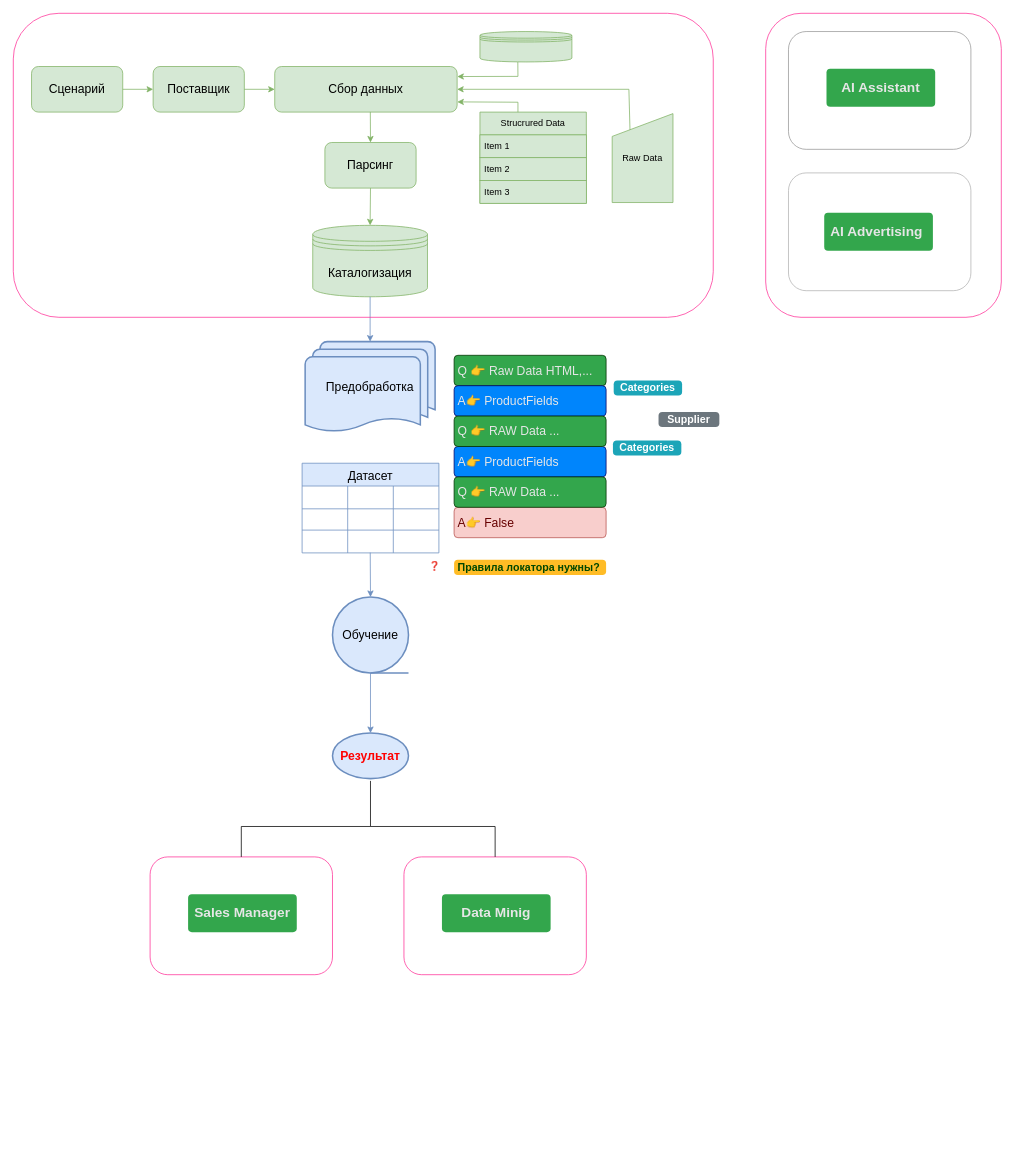
hypo69/hypotez keeps this draw.io diagram as page "התויית דרך" (1 of 4) of assets/draw.io/תקשורת-שרת-משתמש.drawio. Above is the earlier version. Source tidied: cells renumbered, new cells numbered last; positions are measured from the earlier drawing's top-left corner, leaving out a move shared by most shapes. Both pictures are drawn from the tidied source at 76%, with x=0, y=0 at pixel (13, 13).
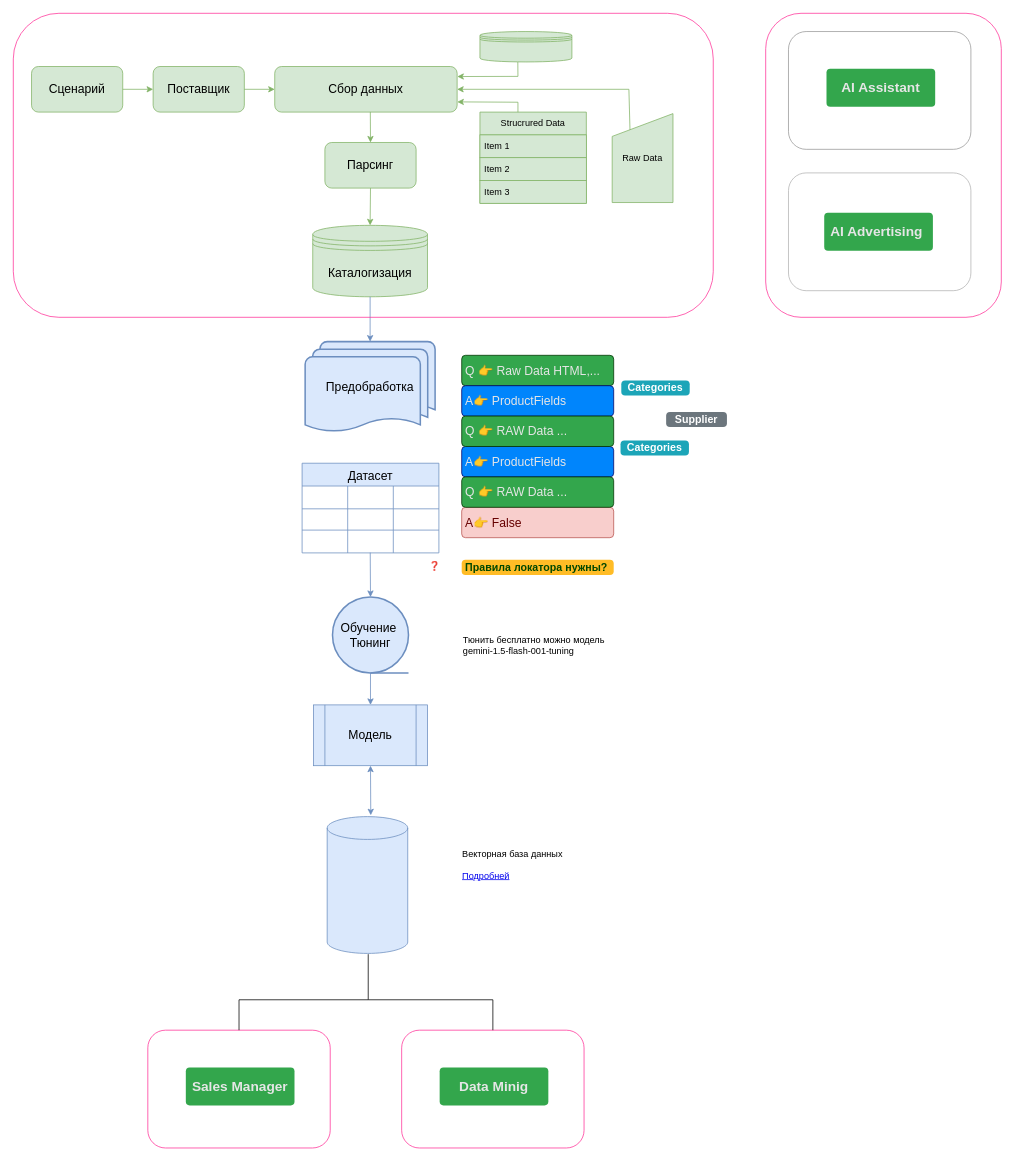
The same diagram, later.

Diff of the diagram source:
```diff
@@
+    <mxCell id="64" style="shape=cylinder3;whiteSpace=wrap;html=1;boundedLbl=1;backgroundOutline=1;size=15;fillColor=#dae8fc;strokeColor=#6c8ebf;" parent="1" vertex="1">
+      <mxGeometry x="413" y="1057" width="106" height="180" as="geometry" />
+    </mxCell>
+    <mxCell id="52" style="rounded=1;whiteSpace=wrap;html=1;fillColor=none;strokeColor=#FF3399;" parent="1" vertex="1">
+      <mxGeometry x="177" y="1338" width="240" height="155" as="geometry" />
+    </mxCell>
+    <mxCell id="53" value="&lt;font color=&quot;#e6e6e6&quot; style=&quot;font-size: 18px;&quot;&gt;Sales Manager&lt;/font&gt;" style="html=1;shadow=0;dashed=0;shape=mxgraph.bootstrap.rrect;rSize=5;strokeColor=none;strokeWidth=1;fillColor=#33A64C;fontColor=#FFFFFF;whiteSpace=wrap;align=center;verticalAlign=middle;spacingLeft=0;fontStyle=1;fontSize=14;spacing=5;" parent="1" vertex="1">
+      <mxGeometry x="227" y="1387" width="143" height="50" as="geometry" />
+    </mxCell>
+    <mxCell id="58" style="rounded=1;whiteSpace=wrap;html=1;fillColor=none;strokeColor=#FF3399;" parent="1" vertex="1">
+      <mxGeometry x="511" y="1338" width="240" height="155" as="geometry" />
+    </mxCell>
+    <mxCell id="59" value="&lt;font color=&quot;#e6e6e6&quot; style=&quot;font-size: 18px;&quot;&gt;Data Minig&lt;/font&gt;" style="html=1;shadow=0;dashed=0;shape=mxgraph.bootstrap.rrect;rSize=5;strokeColor=none;strokeWidth=1;fillColor=#33A64C;fontColor=#FFFFFF;whiteSpace=wrap;align=center;verticalAlign=middle;spacingLeft=0;fontStyle=1;fontSize=14;spacing=5;" parent="1" vertex="1">
+      <mxGeometry x="561" y="1387" width="143" height="50" as="geometry" />
+    </mxCell>
+    <mxCell id="60" style="endArrow=none;html=1;rounded=0;exitX=0.5;exitY=0;exitDx=0;exitDy=0;entryX=0.5;entryY=0;entryDx=0;entryDy=0;" parent="1" edge="1" source="58" target="52">
+      <mxGeometry relative="1" as="geometry">
+        <Array as="points">
+          <mxPoint x="631" y="1298" />
+          <mxPoint x="467" y="1298" />
+          <mxPoint x="297" y="1298" />
+        </Array>
+      </mxGeometry>
+    </mxCell>
+    <mxCell id="61" style="endArrow=none;html=1;rounded=0;" parent="1" edge="1">
+      <mxGeometry relative="1" as="geometry">
+        <mxPoint x="467" y="1238" as="sourcePoint" />
+        <mxPoint x="467" y="1298" as="targetPoint" />
+      </mxGeometry>
+    </mxCell>
@@
-    <mxCell id="19" value="&lt;font style=&quot;font-size: 16px;&quot;&gt;Обучение&lt;/font&gt;" style="strokeWidth=2;html=1;shape=mxgraph.flowchart.sequential_data;whiteSpace=wrap;fillColor=#dae8fc;strokeColor=#6c8ebf;" parent="1" vertex="1">
+    <mxCell id="19" value="&lt;font style=&quot;font-size: 16px;&quot;&gt;Обучение&amp;nbsp;&lt;br&gt;Тюнинг&lt;br&gt;&lt;/font&gt;" style="strokeWidth=2;html=1;shape=mxgraph.flowchart.sequential_data;whiteSpace=wrap;fillColor=#dae8fc;strokeColor=#6c8ebf;" parent="1" vertex="1">
       <mxGeometry x="420" y="768" width="100" height="100" as="geometry" />
     </mxCell>
-    <mxCell id="20" value="&lt;font color=&quot;#ff0000&quot; style=&quot;font-size: 16px;&quot;&gt;&lt;b&gt;Результат&lt;/b&gt;&lt;/font&gt;" style="strokeWidth=2;html=1;shape=mxgraph.flowchart.start_1;whiteSpace=wrap;labelBackgroundColor=none;fillColor=#dae8fc;strokeColor=#6c8ebf;" parent="1" vertex="1">
-      <mxGeometry x="420" y="947" width="100" height="60" as="geometry" />
-    </mxCell>
@@
-    <mxCell id="25" style="endArrow=classic;html=1;rounded=0;exitX=0.5;exitY=1;exitDx=0;exitDy=0;exitPerimeter=0;entryX=0.5;entryY=0;entryDx=0;entryDy=0;entryPerimeter=0;fillColor=#dae8fc;strokeColor=#6c8ebf;" parent="1" edge="1" source="19" target="20">
-      <mxGeometry relative="1" as="geometry" />
+    <mxCell id="25" style="endArrow=classic;html=1;rounded=0;exitX=0.5;exitY=1;exitDx=0;exitDy=0;exitPerimeter=0;fillColor=#dae8fc;strokeColor=#6c8ebf;" parent="1" edge="1" source="19">
+      <mxGeometry relative="1" as="geometry">
+        <mxPoint x="470" y="910" as="targetPoint" />
+      </mxGeometry>
     </mxCell>
     <mxCell id="26" style="group;" parent="1" vertex="1">
-      <mxGeometry x="580" y="450" width="200" height="160" as="geometry" />
+      <mxGeometry x="590" y="450" width="200" height="160" as="geometry" />
     </mxCell>
@@
     <mxCell id="45" value="&lt;font color=&quot;#004700&quot;&gt;Правила локатора нужны?&lt;/font&gt;" style="html=1;shadow=0;dashed=0;shape=mxgraph.bootstrap.rrect;rSize=5;strokeColor=none;strokeWidth=1;fillColor=#FFBC26;fontColor=#000000;whiteSpace=wrap;align=left;verticalAlign=middle;spacingLeft=0;fontStyle=1;fontSize=14;spacing=5;" parent="1" vertex="1">
-      <mxGeometry x="580" y="719" width="200" height="20" as="geometry" />
+      <mxGeometry x="590" y="719" width="200" height="20" as="geometry" />
     </mxCell>
     <mxCell id="46" value="Categories" style="html=1;shadow=0;dashed=0;shape=mxgraph.bootstrap.rrect;rSize=5;strokeColor=none;strokeWidth=1;fillColor=#1CA5B8;fontColor=#FFFFFF;whiteSpace=wrap;align=center;verticalAlign=middle;spacingLeft=0;fontStyle=1;fontSize=14;spacing=5;" parent="1" vertex="1">
-      <mxGeometry x="790" y="483" width="90" height="20" as="geometry" />
+      <mxGeometry x="800" y="483" width="90" height="20" as="geometry" />
     </mxCell>
     <mxCell id="47" value="Categories" style="html=1;shadow=0;dashed=0;shape=mxgraph.bootstrap.rrect;rSize=5;strokeColor=none;strokeWidth=1;fillColor=#1CA5B8;fontColor=#FFFFFF;whiteSpace=wrap;align=center;verticalAlign=middle;spacingLeft=0;fontStyle=1;fontSize=14;spacing=5;" parent="1" vertex="1">
-      <mxGeometry x="789" y="562" width="90" height="20" as="geometry" />
+      <mxGeometry x="799" y="562" width="90" height="20" as="geometry" />
     </mxCell>
     <mxCell id="48" value="Supplier" style="html=1;shadow=0;dashed=0;shape=mxgraph.bootstrap.rrect;rSize=5;strokeColor=none;strokeWidth=1;fillColor=#6C767D;fontColor=#FFFFFF;whiteSpace=wrap;align=center;verticalAlign=middle;spacingLeft=0;fontStyle=1;fontSize=14;spacing=5;" parent="1" vertex="1">
-      <mxGeometry x="849" y="524.5" width="80" height="20" as="geometry" />
+      <mxGeometry x="859" y="524.5" width="80" height="20" as="geometry" />
     </mxCell>
     <mxCell id="49" value="&lt;font color=&quot;#660000&quot;&gt;A👉 False&lt;/font&gt;" style="html=1;shadow=0;dashed=0;shape=mxgraph.bootstrap.rrect;rSize=5;strokeColor=#b85450;strokeWidth=1;fillColor=#f8cecc;whiteSpace=wrap;align=left;verticalAlign=middle;spacingLeft=0;fontStyle=0;fontSize=16;spacing=5;" parent="1" vertex="1">
-      <mxGeometry x="580" y="650" width="200" height="40" as="geometry" />
+      <mxGeometry x="590" y="650" width="200" height="40" as="geometry" />
     </mxCell>
     <mxCell id="50" value="&lt;font color=&quot;#e6e6e6&quot;&gt;Q 👉 RAW Data ...&lt;/font&gt;" style="html=1;shadow=0;dashed=0;shape=mxgraph.bootstrap.rrect;rSize=5;strokeColor=#003300;strokeWidth=1;fillColor=#33A64C;fontColor=#FFFFFF;whiteSpace=wrap;align=left;verticalAlign=middle;spacingLeft=0;fontStyle=0;fontSize=16;spacing=5;" parent="1" vertex="1">
-      <mxGeometry x="580" y="610" width="200" height="40" as="geometry" />
+      <mxGeometry x="590" y="610" width="200" height="40" as="geometry" />
     </mxCell>
@@
-    <mxCell id="52" style="rounded=1;whiteSpace=wrap;html=1;fillColor=none;strokeColor=#FF3399;" parent="1" vertex="1">
-      <mxGeometry x="180" y="1110" width="240" height="155" as="geometry" />
-    </mxCell>
-    <mxCell id="53" value="&lt;font color=&quot;#e6e6e6&quot; style=&quot;font-size: 18px;&quot;&gt;Sales Manager&lt;/font&gt;" style="html=1;shadow=0;dashed=0;shape=mxgraph.bootstrap.rrect;rSize=5;strokeColor=none;strokeWidth=1;fillColor=#33A64C;fontColor=#FFFFFF;whiteSpace=wrap;align=center;verticalAlign=middle;spacingLeft=0;fontStyle=1;fontSize=14;spacing=5;" parent="1" vertex="1">
-      <mxGeometry x="230" y="1159" width="143" height="50" as="geometry" />
-    </mxCell>
@@
-    <mxCell id="58" style="rounded=1;whiteSpace=wrap;html=1;fillColor=none;strokeColor=#FF3399;" parent="1" vertex="1">
-      <mxGeometry x="514" y="1110" width="240" height="155" as="geometry" />
-    </mxCell>
-    <mxCell id="59" value="&lt;font color=&quot;#e6e6e6&quot; style=&quot;font-size: 18px;&quot;&gt;Data Minig&lt;/font&gt;" style="html=1;shadow=0;dashed=0;shape=mxgraph.bootstrap.rrect;rSize=5;strokeColor=none;strokeWidth=1;fillColor=#33A64C;fontColor=#FFFFFF;whiteSpace=wrap;align=center;verticalAlign=middle;spacingLeft=0;fontStyle=1;fontSize=14;spacing=5;" parent="1" vertex="1">
-      <mxGeometry x="564" y="1159" width="143" height="50" as="geometry" />
-    </mxCell>
-    <mxCell id="60" style="endArrow=none;html=1;rounded=0;exitX=0.5;exitY=0;exitDx=0;exitDy=0;entryX=0.5;entryY=0;entryDx=0;entryDy=0;" parent="1" edge="1" source="58" target="52">
-      <mxGeometry relative="1" as="geometry">
-        <Array as="points">
-          <mxPoint x="634" y="1070" />
-          <mxPoint x="470" y="1070" />
-          <mxPoint x="300" y="1070" />
-        </Array>
-      </mxGeometry>
-    </mxCell>
-    <mxCell id="61" style="endArrow=none;html=1;rounded=0;" parent="1" edge="1">
-      <mxGeometry relative="1" as="geometry">
-        <mxPoint x="470" y="1010" as="sourcePoint" />
-        <mxPoint x="470" y="1070" as="targetPoint" />
-      </mxGeometry>
-    </mxCell>
@@
+    <mxCell id="65" value="Векторная база данных&lt;br&gt;&lt;br&gt;&lt;a href=&quot;https://habr.com/ru/companies/amvera/articles/897830/&quot;&gt;Подробней&lt;/a&gt;" style="text;html=1;align=left;verticalAlign=middle;strokeColor=none;fillColor=none;" parent="1" vertex="1">
+      <mxGeometry x="589" y="1090" width="160" height="60" as="geometry" />
+    </mxCell>
+    <mxCell id="66" value="&lt;font style=&quot;font-size: 16px;&quot;&gt;Модель&lt;/font&gt;" style="shape=process;whiteSpace=wrap;html=1;backgroundOutline=1;fillColor=#dae8fc;strokeColor=#6c8ebf;" parent="1" vertex="1">
+      <mxGeometry x="395" y="910" width="150" height="80" as="geometry" />
+    </mxCell>
+    <mxCell id="67" style="endArrow=classic;startArrow=classic;html=1;rounded=0;exitX=0.541;exitY=-0.01;exitDx=0;exitDy=0;exitPerimeter=0;entryX=0.5;entryY=1;entryDx=0;entryDy=0;fillColor=#dae8fc;strokeColor=#6c8ebf;" parent="1" edge="1" source="64" target="66">
+      <mxGeometry relative="1" as="geometry" />
+    </mxCell>
+    <mxCell id="68" value="Тюнить бесплатно можно модель&lt;br&gt;gemini-1.5-flash-001-tuning" style="text;html=1;align=left;verticalAlign=middle;strokeColor=none;fillColor=none;" parent="1" vertex="1">
+      <mxGeometry x="590" y="812" width="210" height="40" as="geometry" />
+    </mxCell>
```
